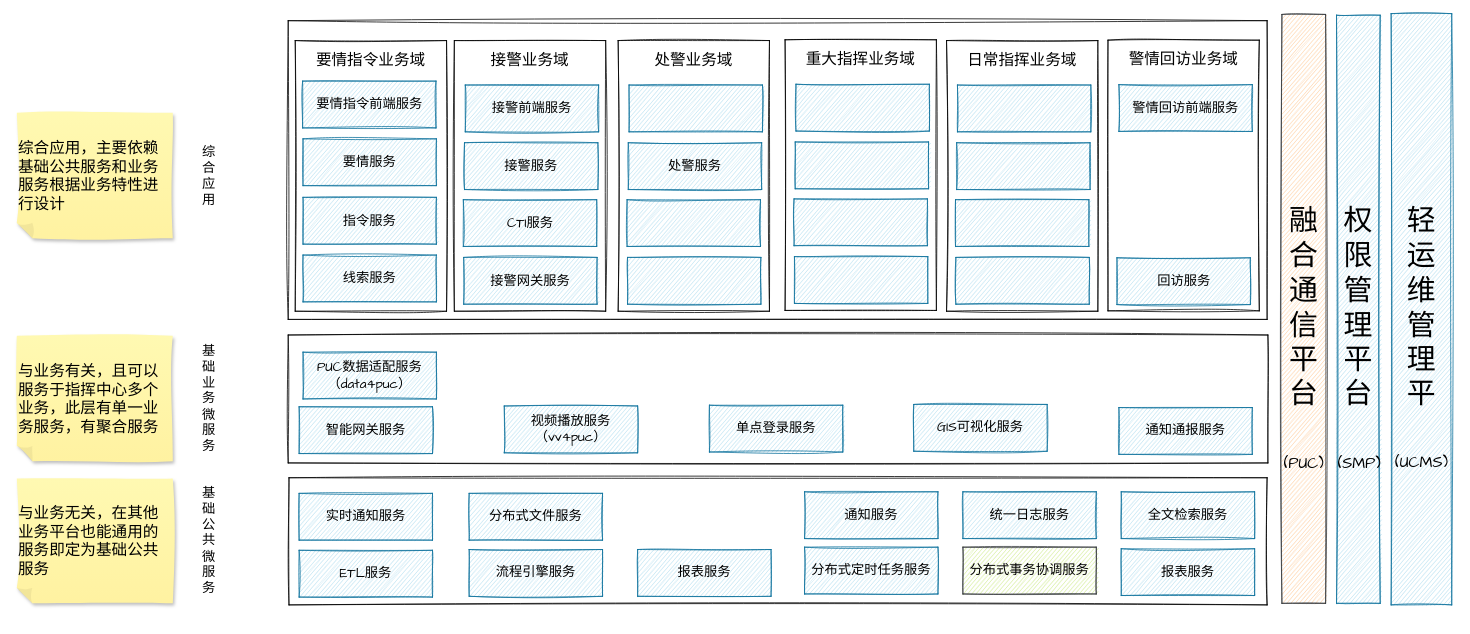
Before: page "服务分层分域结构图" (3 of 3) of 基于云平台的微服务架构.drawio in chensiyu123456/drawio-files, a draw.io diagram. Source tidied: cells renumbered, new cells numbered last; positions are measured from the earlier drawing's top-left corner, leaving out a move shared by most shapes. Both pictures are drawn from the tidied source at 78%, with x=0, y=0 at pixel (16, 13).
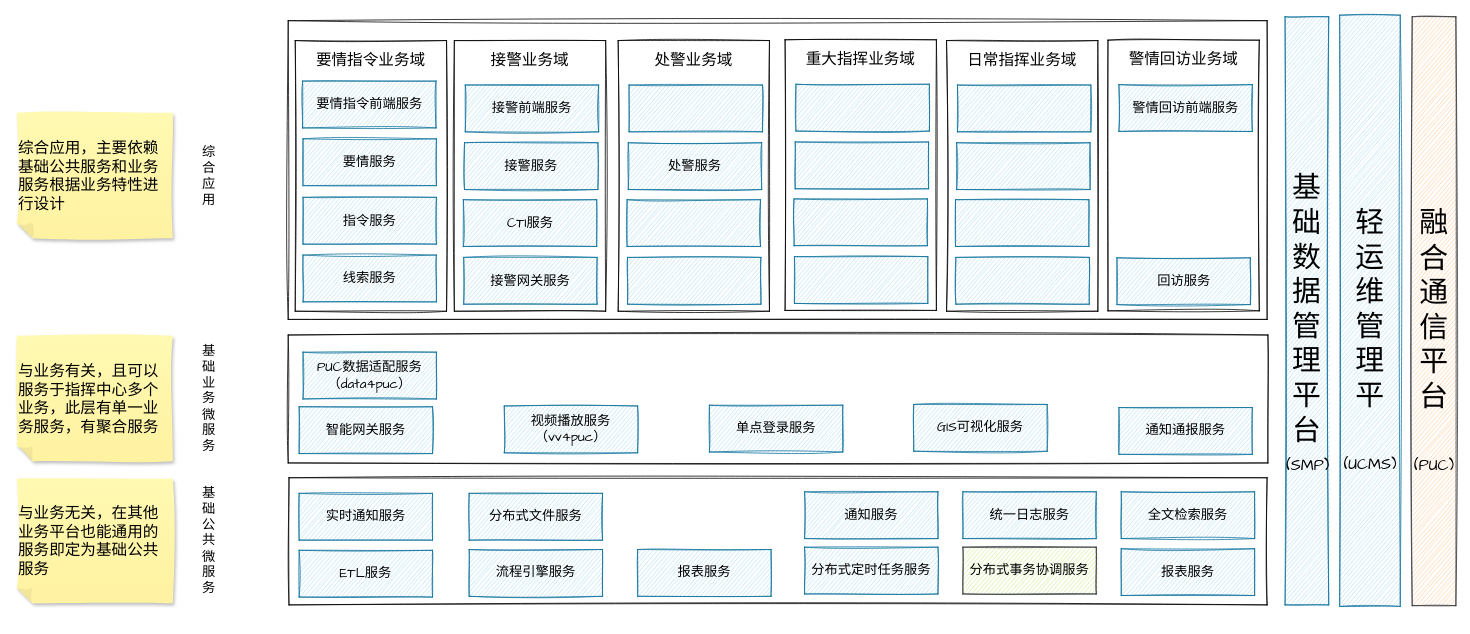
The same page after the edit.

Commit message:
更新基于云平台的微服务架构.drawio

What changed in the source:
```diff
@@
     <mxCell id="13" style="group;" parent="1" vertex="1">
-      <mxGeometry x="1619" y="1" width="61" height="755" as="geometry" />
+      <mxGeometry x="1786" y="4" width="61" height="755" as="geometry" />
     </mxCell>
@@
     <mxCell id="18" style="group;" parent="1" vertex="1">
-      <mxGeometry x="1688" y="2" width="65" height="754" as="geometry" />
+      <mxGeometry x="1622" y="4" width="65" height="754" as="geometry" />
     </mxCell>
-    <mxCell id="19" value="权限管理平台" style="rounded=0;whiteSpace=wrap;html=1;sketch=1;hachureGap=4;fontFamily=Architects Daughter;fontSize=37;fillColor=#b1ddf0;strokeColor=#10739e;" parent="18" vertex="1">
+    <mxCell id="19" value="基础数据管理平台" style="rounded=0;whiteSpace=wrap;html=1;sketch=1;hachureGap=4;fontFamily=Architects Daughter;fontSize=37;fillColor=#b1ddf0;strokeColor=#10739e;" parent="18" vertex="1">
       <mxGeometry x="4" width="56" height="754" as="geometry" />
     </mxCell>
@@
     <mxCell id="23" value="轻&lt;br&gt;运&lt;br&gt;维&lt;br&gt;管&lt;br&gt;理&lt;br&gt;平" style="rounded=0;whiteSpace=wrap;html=1;sketch=1;hachureGap=4;fontFamily=Architects Daughter;fontSize=37;fillColor=#b1ddf0;strokeColor=#10739e;" parent="1" vertex="1">
-      <mxGeometry x="1762" width="77.7" height="758" as="geometry" />
+      <mxGeometry x="1696" y="2" width="77.7" height="758" as="geometry" />
     </mxCell>
     <mxCell id="24" value="(UCMS)" style="text;html=1;align=center;verticalAlign=middle;strokeColor=none;fillColor=none;sketch=1;hachureGap=4;fontFamily=Architects Daughter;fontSize=20;fontColor=#000000;" parent="1" vertex="1">
-      <mxGeometry x="1762" y="561" width="78" height="28" as="geometry" />
+      <mxGeometry x="1696" y="563" width="78" height="28" as="geometry" />
     </mxCell>
```
